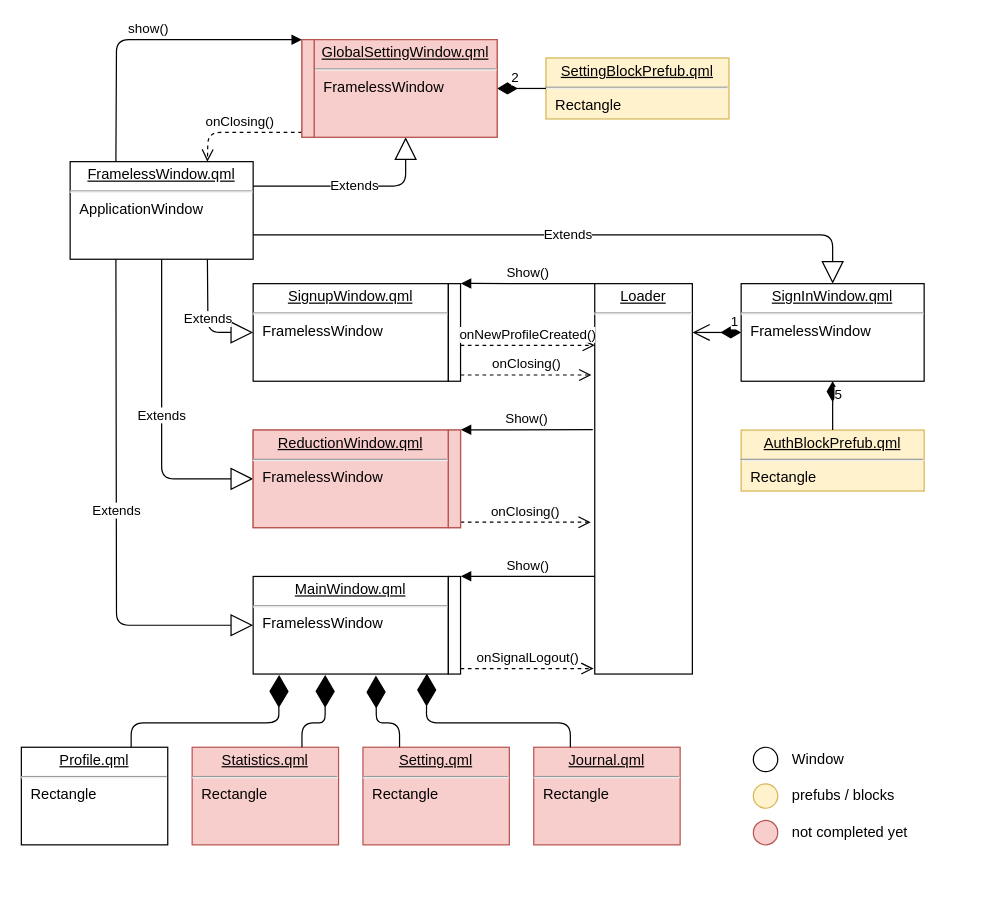
Above: page "QML files ierarchy" (4 of 4) of Screenshots/Schemes.drawio in GRPilot/e-journal (draw.io), before the change. Source tidied: cells renumbered, new cells numbered last; positions are measured from the earlier drawing's top-left corner, leaving out a move shared by most shapes. Both pictures are drawn from the tidied source at 122%, with x=0, y=0 at pixel (21, 39).
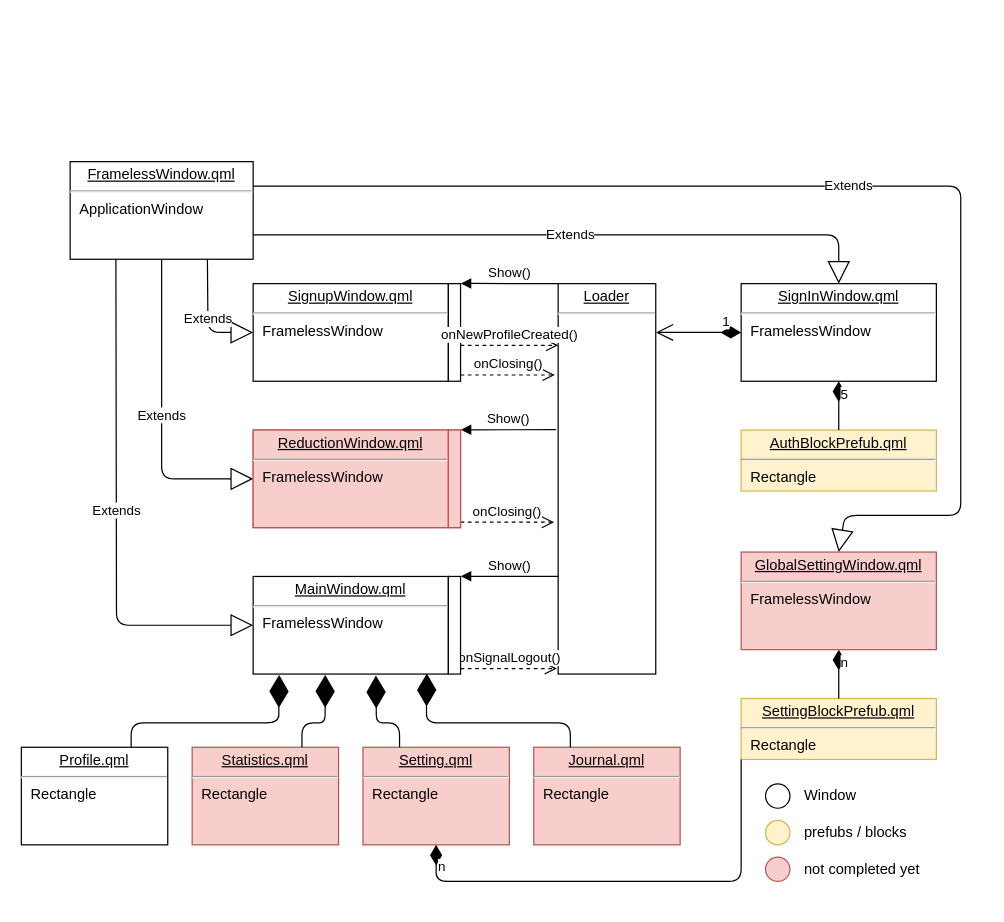
After the change.

Commit message (it also covers changes not shown here):
Bugfix. GlobalSettingWindow isn't open

The change refers to these unchanged cells:
```xml
<mxCell id="4" value="&lt;p style=&quot;margin: 0px ; margin-top: 4px ; text-align: center ; text-decoration: underline&quot;&gt;Setting.qml&lt;/p&gt;&lt;hr&gt;&lt;p style=&quot;margin: 0px ; margin-left: 8px&quot;&gt;Rectangle&lt;br&gt;&lt;/p&gt;" style="verticalAlign=top;align=left;overflow=fill;fontSize=12;fontFamily=Helvetica;html=1;fillColor=#f8cecc;strokeColor=#b85450;" parent="1" vertex="1">
  <mxGeometry x="280" y="580" width="120" height="80" as="geometry" />
</mxCell>
<mxCell id="7" value="&lt;p style=&quot;margin: 0px ; margin-top: 4px ; text-align: center ; text-decoration: underline&quot;&gt;FramelessWindow.qml&lt;/p&gt;&lt;hr&gt;&lt;p style=&quot;margin: 0px ; margin-left: 8px&quot;&gt;ApplicationWindow&lt;/p&gt;" style="verticalAlign=top;align=left;overflow=fill;fontSize=12;fontFamily=Helvetica;html=1;" parent="1" vertex="1">
  <mxGeometry x="40" y="100" width="150" height="80" as="geometry" />
</mxCell>
<mxCell id="36" style="html=1;points=[];perimeter=orthogonalPerimeter;" parent="34" vertex="1">
  <mxGeometry x="160" width="10" height="80" as="geometry" />
</mxCell>
```

The edit, as a diff of the source:
```diff
@@
     <mxCell id="2" value="&lt;p style=&quot;margin: 0px ; margin-top: 4px ; text-align: center ; text-decoration: underline&quot;&gt;AuthBlockPrefub.qml&lt;/p&gt;&lt;hr&gt;&lt;p style=&quot;margin: 0px ; margin-left: 8px&quot;&gt;Rectangle&lt;/p&gt;" style="verticalAlign=top;align=left;overflow=fill;fontSize=12;fontFamily=Helvetica;html=1;fillColor=#fff2cc;strokeColor=#d6b656;" parent="1" vertex="1">
-      <mxGeometry x="590" y="320" width="150" height="50" as="geometry" />
+      <mxGeometry x="590" y="320" width="160" height="50" as="geometry" />
     </mxCell>
@@
     <mxCell id="5" value="&lt;p style=&quot;margin: 0px ; margin-top: 4px ; text-align: center ; text-decoration: underline&quot;&gt;SettingBlockPrefub.qml&lt;/p&gt;&lt;hr&gt;&lt;p style=&quot;margin: 0px ; margin-left: 8px&quot;&gt;Rectangle&lt;br&gt;&lt;/p&gt;" style="verticalAlign=top;align=left;overflow=fill;fontSize=12;fontFamily=Helvetica;html=1;fillColor=#fff2cc;strokeColor=#d6b656;" parent="1" vertex="1">
-      <mxGeometry x="430" y="15" width="150" height="50" as="geometry" />
+      <mxGeometry x="590" y="540" width="160" height="50" as="geometry" />
     </mxCell>
@@
     <mxCell id="8" value="&lt;p style=&quot;margin: 0px ; margin-top: 4px ; text-align: center ; text-decoration: underline&quot;&gt;SignInWindow.qml&lt;/p&gt;&lt;hr&gt;&lt;p style=&quot;margin: 0px ; margin-left: 8px&quot;&gt;&lt;span style=&quot;text-align: center&quot;&gt;FramelessWindow&lt;/span&gt;&lt;/p&gt;" style="verticalAlign=top;align=left;overflow=fill;fontSize=12;fontFamily=Helvetica;html=1;" parent="1" vertex="1">
-      <mxGeometry x="590" y="200" width="150" height="80" as="geometry" />
+      <mxGeometry x="590" y="200" width="160" height="80" as="geometry" />
     </mxCell>
     <mxCell id="9" value="Extends" style="endArrow=block;endSize=16;endFill=0;html=1;exitX=1;exitY=0.75;exitDx=0;exitDy=0;entryX=0.5;entryY=0;entryDx=0;entryDy=0;" parent="1" edge="1" source="7" target="8">
       <mxGeometry relative="1" as="geometry">
         <Array as="points">
-          <mxPoint x="665" y="160" />
+          <mxPoint x="670" y="160" />
         </Array>
       </mxGeometry>
     </mxCell>
-    <mxCell id="10" value="Extends" style="endArrow=block;endSize=16;endFill=0;html=1;exitX=1;exitY=0.25;exitDx=0;exitDy=0;entryX=0.5;entryY=1;entryDx=0;entryDy=0;" parent="1" edge="1" source="7" target="32">
+    <mxCell id="10" value="Extends" style="endArrow=block;endSize=16;endFill=0;html=1;exitX=1;exitY=0.25;exitDx=0;exitDy=0;entryX=0.5;entryY=0;entryDx=0;entryDy=0;" parent="1" edge="1" source="7" target="32">
       <mxGeometry relative="1" as="geometry">
         <Array as="points">
-          <mxPoint x="315" y="120" />
+          <mxPoint x="770" y="120" />
+          <mxPoint x="770" y="390" />
+          <mxPoint x="675" y="390" />
         </Array>
       </mxGeometry>
     </mxCell>
@@
-    <mxCell id="17" value="2" style="endArrow=none;html=1;endSize=12;startArrow=diamondThin;startSize=14;startFill=1;edgeStyle=orthogonalEdgeStyle;align=left;verticalAlign=bottom;endFill=0;exitX=1;exitY=0.5;exitDx=0;exitDy=0;entryX=0;entryY=0.5;entryDx=0;entryDy=0;" parent="1" edge="1" source="32" target="5">
-      <mxGeometry x="-0.5" relative="1" as="geometry" />
+    <mxCell id="17" value="n" style="endArrow=none;html=1;endSize=12;startArrow=diamondThin;startSize=14;startFill=1;edgeStyle=orthogonalEdgeStyle;align=left;verticalAlign=bottom;endFill=0;exitX=0.5;exitY=1;exitDx=0;exitDy=0;entryX=0.5;entryY=0;entryDx=0;entryDy=0;" parent="1" edge="1" source="32" target="5">
+      <mxGeometry relative="1" as="geometry" />
     </mxCell>
     <mxCell id="18" value="&lt;p style=&quot;margin: 0px ; margin-top: 4px ; text-align: center ; text-decoration: underline&quot;&gt;Loader&lt;/p&gt;&lt;hr&gt;&lt;p style=&quot;margin: 0px ; margin-left: 8px&quot;&gt;&lt;br&gt;&lt;/p&gt;" style="verticalAlign=top;align=left;overflow=fill;fontSize=12;fontFamily=Helvetica;html=1;" parent="1" vertex="1">
-      <mxGeometry x="470" y="200" width="80" height="320" as="geometry" />
+      <mxGeometry x="440" y="200" width="80" height="320" as="geometry" />
     </mxCell>
@@
-    <mxCell id="26" value="show()" style="html=1;verticalAlign=bottom;endArrow=block;entryX=0;entryY=0;exitX=0.25;exitY=0;exitDx=0;exitDy=0;" parent="1" edge="1" source="7" target="33">
-      <mxGeometry relative="1" as="geometry">
-        <Array as="points">
-          <mxPoint x="78" />
-        </Array>
-      </mxGeometry>
-    </mxCell>
-    <mxCell id="27" value="onClosing()" style="html=1;verticalAlign=bottom;endArrow=open;dashed=1;endSize=8;exitX=0;exitY=0.95;entryX=0.75;entryY=0;entryDx=0;entryDy=0;" parent="1" edge="1" source="33" target="7">
-      <mxGeometry relative="1" as="geometry">
-        <Array as="points">
-          <mxPoint x="153" y="76" />
-        </Array>
-      </mxGeometry>
-    </mxCell>
@@
-    <mxCell id="31" style="group;fillColor=#f8cecc;strokeColor=#b85450;" parent="1" vertex="1">
-      <mxGeometry x="230" width="160" height="80" as="geometry" />
-    </mxCell>
-    <mxCell id="32" value="&lt;p style=&quot;margin: 0px ; margin-top: 4px ; text-align: center ; text-decoration: underline&quot;&gt;GlobalSettingWindow.qml&lt;/p&gt;&lt;hr&gt;&lt;p style=&quot;margin: 0px ; margin-left: 8px&quot;&gt;&lt;span style=&quot;text-align: center&quot;&gt;FramelessWindow&lt;/span&gt;&lt;br&gt;&lt;/p&gt;" style="verticalAlign=top;align=left;overflow=fill;fontSize=12;fontFamily=Helvetica;html=1;fillColor=#f8cecc;strokeColor=#b85450;" parent="31" vertex="1">
-      <mxGeometry x="10" width="150" height="80" as="geometry" />
-    </mxCell>
-    <mxCell id="33" style="html=1;points=[];perimeter=orthogonalPerimeter;fillColor=#f8cecc;strokeColor=#b85450;" parent="31" vertex="1">
-      <mxGeometry width="10" height="80" as="geometry" />
-    </mxCell>
@@
+    <mxCell id="49" value="onNewProfileCreated()" style="html=1;verticalAlign=bottom;endArrow=open;dashed=1;endSize=8;entryX=0.001;entryY=0.158;entryDx=0;entryDy=0;entryPerimeter=0;" parent="1" edge="1" source="36" target="18">
+      <mxGeometry relative="1" as="geometry" />
+    </mxCell>
+    <mxCell id="50" style="group;" parent="1" vertex="1">
+      <mxGeometry x="610" y="610" width="140" height="80" as="geometry" />
+    </mxCell>
-    <mxCell id="43" style="ellipse;whiteSpace=wrap;html=1;fillColor=#f8cecc;strokeColor=#b85450;" parent="1" vertex="1">
-      <mxGeometry x="600" y="640" width="20" height="20" as="geometry" />
+    <mxCell id="43" style="ellipse;whiteSpace=wrap;html=1;fillColor=#f8cecc;strokeColor=#b85450;" parent="50" vertex="1">
+      <mxGeometry y="60" width="20" height="20" as="geometry" />
     </mxCell>
-    <mxCell id="44" style="ellipse;whiteSpace=wrap;html=1;fillColor=#fff2cc;strokeColor=#d6b656;" parent="1" vertex="1">
-      <mxGeometry x="600" y="610" width="20" height="20" as="geometry" />
+    <mxCell id="44" style="ellipse;whiteSpace=wrap;html=1;fillColor=#fff2cc;strokeColor=#d6b656;" parent="50" vertex="1">
+      <mxGeometry y="30" width="20" height="20" as="geometry" />
     </mxCell>
-    <mxCell id="45" style="ellipse;whiteSpace=wrap;html=1;" parent="1" vertex="1">
-      <mxGeometry x="600" y="580" width="20" height="20" as="geometry" />
+    <mxCell id="45" style="ellipse;whiteSpace=wrap;html=1;" parent="50" vertex="1">
+      <mxGeometry width="20" height="20" as="geometry" />
     </mxCell>
-    <mxCell id="46" value="not completed yet" style="text;html=1;align=left;verticalAlign=middle;" parent="1" vertex="1">
-      <mxGeometry x="630" y="640" width="110" height="20" as="geometry" />
+    <mxCell id="46" value="not completed yet" style="text;html=1;align=left;verticalAlign=middle;" parent="50" vertex="1">
+      <mxGeometry x="30" y="60" width="110" height="20" as="geometry" />
     </mxCell>
-    <mxCell id="47" value="prefubs / blocks" style="text;html=1;align=left;verticalAlign=middle;" parent="1" vertex="1">
-      <mxGeometry x="630" y="610" width="100" height="20" as="geometry" />
+    <mxCell id="47" value="prefubs / blocks" style="text;html=1;align=left;verticalAlign=middle;" parent="50" vertex="1">
+      <mxGeometry x="30" y="30" width="100" height="20" as="geometry" />
     </mxCell>
-    <mxCell id="48" value="Window" style="text;html=1;align=left;verticalAlign=middle;" parent="1" vertex="1">
-      <mxGeometry x="630" y="580" width="60" height="20" as="geometry" />
+    <mxCell id="48" value="Window" style="text;html=1;align=left;verticalAlign=middle;" parent="50" vertex="1">
+      <mxGeometry x="30" width="60" height="20" as="geometry" />
     </mxCell>
-    <mxCell id="49" value="onNewProfileCreated()" style="html=1;verticalAlign=bottom;endArrow=open;dashed=1;endSize=8;entryX=0.001;entryY=0.158;entryDx=0;entryDy=0;entryPerimeter=0;" parent="1" edge="1" source="36" target="18">
-      <mxGeometry relative="1" as="geometry" />
-    </mxCell>
+    <mxCell id="32" value="&lt;p style=&quot;margin: 0px ; margin-top: 4px ; text-align: center ; text-decoration: underline&quot;&gt;GlobalSettingWindow.qml&lt;/p&gt;&lt;hr&gt;&lt;p style=&quot;margin: 0px ; margin-left: 8px&quot;&gt;&lt;span style=&quot;text-align: center&quot;&gt;FramelessWindow&lt;/span&gt;&lt;br&gt;&lt;/p&gt;" style="verticalAlign=top;align=left;overflow=fill;fontSize=12;fontFamily=Helvetica;html=1;fillColor=#f8cecc;strokeColor=#b85450;" parent="1" vertex="1">
+      <mxGeometry x="590" y="420" width="160" height="80" as="geometry" />
+    </mxCell>
+    <mxCell id="51" value="n" style="endArrow=none;html=1;endSize=12;startArrow=diamondThin;startSize=14;startFill=1;edgeStyle=orthogonalEdgeStyle;align=left;verticalAlign=bottom;endFill=0;exitX=0.5;exitY=1;exitDx=0;exitDy=0;entryX=0;entryY=1;entryDx=0;entryDy=0;" parent="1" edge="1" source="4" target="5">
+      <mxGeometry x="-0.86" relative="1" as="geometry">
+        <Array as="points">
+          <mxPoint x="340" y="690" />
+          <mxPoint x="590" y="690" />
+        </Array>
+      </mxGeometry>
+    </mxCell>
```
